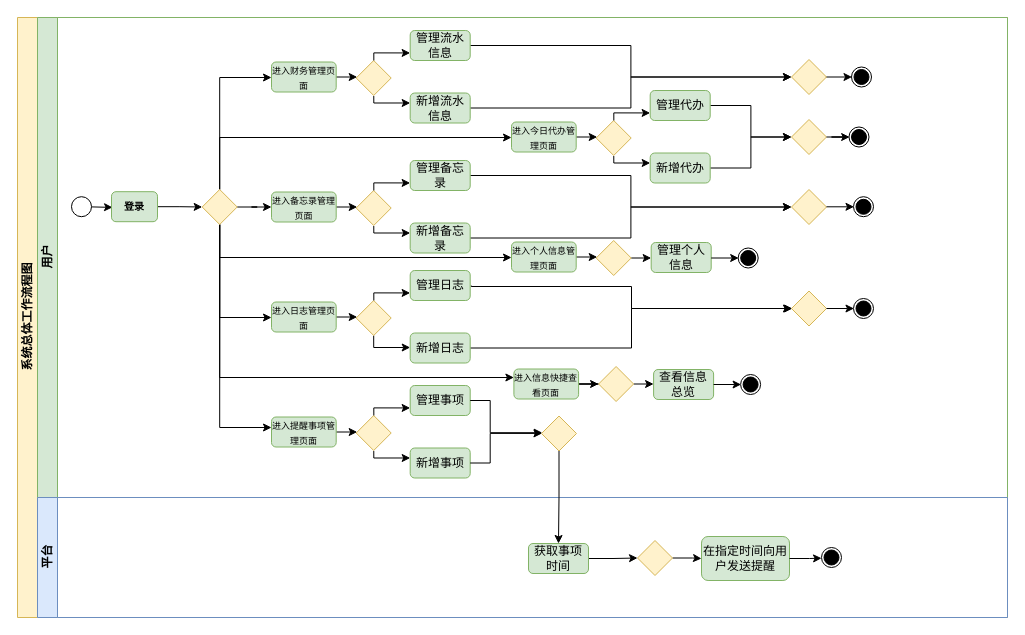
Earlier version of the draw.io diagram 工程流程图.drawio (GitHubDeadTree/Campus-ToDo). Source tidied: cells renumbered, new cells numbered last; positions are measured from the earlier drawing's top-left corner, leaving out a move shared by most shapes. Both pictures are drawn from the tidied source at 100%, with x=0, y=0 at pixel (17, 17).
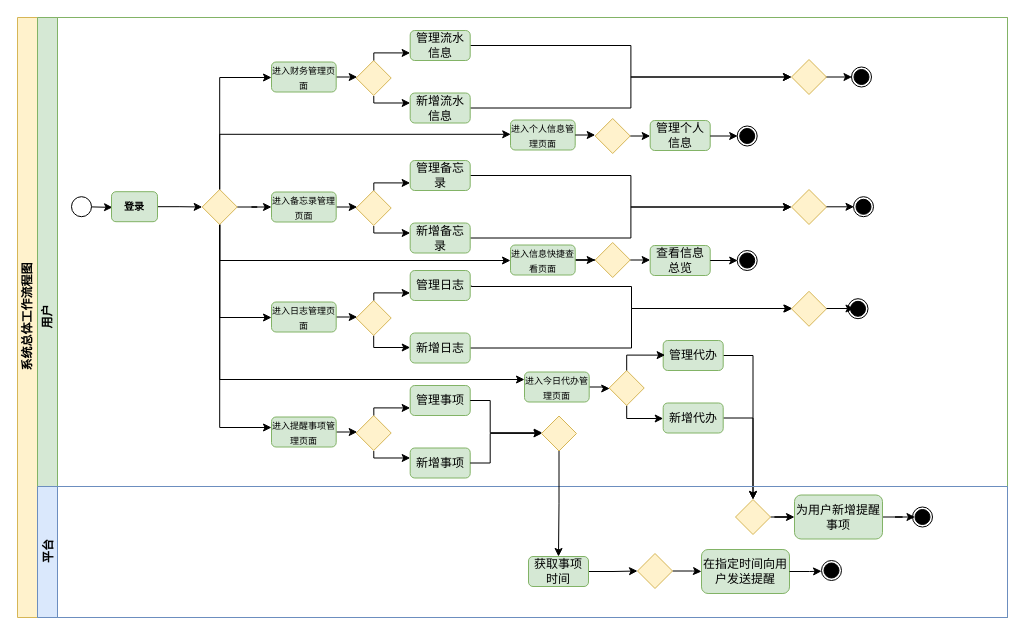
Above is the later version.

Commit message:
更新工程流程图.drawio

Unchanged cells that the change refers to:
```xml
<mxCell id="2" value="系统总体工作流程图" style="swimlane;horizontal=0;startSize=20;html=1;fillColor=#fff2cc;strokeColor=#d6b656;" parent="1" vertex="1">
  <mxGeometry width="990" height="600" as="geometry" />
</mxCell>
<mxCell id="15" style="rhombus;whiteSpace=wrap;html=1;fillColor=#fff2cc;strokeColor=#d6b656;rounded=0;strokeWidth=1;" parent="3" vertex="1">
  <mxGeometry x="164.7" y="172" width="35" height="35" as="geometry" />
</mxCell>
<mxCell id="59" style="rhombus;whiteSpace=wrap;html=1;fillColor=#fff2cc;strokeColor=#d6b656;rounded=0;strokeWidth=1;" parent="3" vertex="1">
  <mxGeometry x="504" y="398.5" width="35" height="35" as="geometry" />
</mxCell>
```

What changed in the source:
```diff
@@
     <mxCell id="3" value="用户" style="swimlane;startSize=20;horizontal=0;html=1;fillColor=#d5e8d4;strokeColor=#82b366;" parent="2" vertex="1">
-      <mxGeometry x="20" width="970" height="480" as="geometry" />
+      <mxGeometry x="20" width="970" height="600" as="geometry" />
     </mxCell>
@@
+    <mxCell id="14" style="edgeStyle=orthogonalEdgeStyle;rounded=0;jettySize=auto;html=1;" parent="3" edge="1" source="15" target="65">
+      <mxGeometry relative="1" as="geometry">
+        <Array as="points">
+          <mxPoint x="182" y="243" />
+        </Array>
+      </mxGeometry>
+    </mxCell>
     <mxCell id="12" style="edgeStyle=orthogonalEdgeStyle;rounded=0;jettySize=auto;html=1;" parent="3" edge="1" source="15" target="17">
       <mxGeometry relative="1" as="geometry">
         <Array as="points">
-          <mxPoint x="182" y="120" />
+          <mxPoint x="182" y="362" />
         </Array>
       </mxGeometry>
     </mxCell>
-    <mxCell id="13" style="edgeStyle=orthogonalEdgeStyle;rounded=0;jettySize=auto;html=1;" parent="3" edge="1" source="15" target="70">
-      <mxGeometry relative="1" as="geometry">
-        <Array as="points">
-          <mxPoint x="182" y="240" />
-        </Array>
-      </mxGeometry>
-    </mxCell>
-    <mxCell id="14" style="edgeStyle=orthogonalEdgeStyle;rounded=0;jettySize=auto;html=1;" parent="3" edge="1" source="15" target="65">
-      <mxGeometry relative="1" as="geometry">
-        <Array as="points">
-          <mxPoint x="182" y="360" />
-        </Array>
-      </mxGeometry>
-    </mxCell>
@@
     <mxCell id="16" style="edgeStyle=orthogonalEdgeStyle;rounded=0;jettySize=auto;html=1;" parent="3" edge="1" source="17" target="18">
       <mxGeometry relative="1" as="geometry">
         <Array as="points">
-          <mxPoint x="568" y="123" />
-          <mxPoint x="568" y="123" />
+          <mxPoint x="568" y="370" />
+          <mxPoint x="568" y="371" />
         </Array>
       </mxGeometry>
     </mxCell>
     <mxCell id="17" value="&lt;font style=&quot;font-size: 9px;&quot;&gt;进入今日代办管理页面&lt;/font&gt;" style="rounded=1;whiteSpace=wrap;html=1;fillColor=#d5e8d4;strokeColor=#82b366;strokeWidth=1;" parent="3" vertex="1">
-      <mxGeometry x="474" y="104.5" width="64.7" height="30" as="geometry" />
+      <mxGeometry x="487" y="354.5" width="64.7" height="30" as="geometry" />
     </mxCell>
+    <mxCell id="24" style="edgeStyle=orthogonalEdgeStyle;rounded=0;jettySize=auto;html=1;" parent="3" edge="1" source="18" target="20">
+      <mxGeometry relative="1" as="geometry">
+        <Array as="points">
+          <mxPoint x="589" y="401" />
+        </Array>
+      </mxGeometry>
+    </mxCell>
     <mxCell id="18" style="rhombus;whiteSpace=wrap;html=1;fillColor=#fff2cc;strokeColor=#d6b656;rounded=0;strokeWidth=1;" parent="3" vertex="1">
-      <mxGeometry x="558.7" y="103" width="35" height="35" as="geometry" />
+      <mxGeometry x="571.7" y="353" width="35" height="35" as="geometry" />
     </mxCell>
@@
     <mxCell id="20" value="新增代办" style="whiteSpace=wrap;html=1;fillColor=#d5e8d4;strokeColor=#82b366;rounded=1;strokeWidth=1;" parent="3" vertex="1">
-      <mxGeometry x="612.7" y="135.5" width="60" height="30" as="geometry" />
+      <mxGeometry x="625.7" y="385.5" width="60" height="30" as="geometry" />
     </mxCell>
-    <mxCell id="21" style="edgeStyle=orthogonalEdgeStyle;rounded=0;jettySize=auto;html=1;exitX=0.504;exitY=-0.001;exitDx=0;exitDy=0;exitPerimeter=0;entryX=-0.001;entryY=0.748;entryDx=0;entryDy=0;entryPerimeter=0;" parent="3" edge="1" source="18" target="23">
-      <mxGeometry relative="1" as="geometry">
-        <Array as="points">
-          <mxPoint x="576.7" y="95.5" />
-        </Array>
-      </mxGeometry>
-    </mxCell>
@@
     <mxCell id="23" value="管理代办" style="whiteSpace=wrap;html=1;fillColor=#d5e8d4;strokeColor=#82b366;rounded=1;strokeWidth=1;" parent="3" vertex="1">
-      <mxGeometry x="612.7" y="73" width="60" height="30" as="geometry" />
+      <mxGeometry x="625.7" y="323" width="60" height="30" as="geometry" />
     </mxCell>
-    <mxCell id="24" style="edgeStyle=orthogonalEdgeStyle;rounded=0;jettySize=auto;html=1;entryX=0;entryY=0.333;entryDx=0;entryDy=0;entryPerimeter=0;exitX=0.502;exitY=1.015;exitDx=0;exitDy=0;exitPerimeter=0;" parent="3" edge="1" source="18" target="20">
-      <mxGeometry relative="1" as="geometry">
-        <Array as="points">
-          <mxPoint x="576.7" y="145.5" />
-        </Array>
-      </mxGeometry>
-    </mxCell>
@@
     <mxCell id="65" value="&lt;font style=&quot;font-size: 9px;&quot;&gt;进入信息快捷查看页面&lt;/font&gt;" style="rounded=1;whiteSpace=wrap;html=1;fillColor=#d5e8d4;strokeColor=#82b366;strokeWidth=1;" parent="3" vertex="1">
-      <mxGeometry x="476.4" y="351.5" width="64.7" height="30" as="geometry" />
+      <mxGeometry x="473" y="227.5" width="64.7" height="30" as="geometry" />
     </mxCell>
@@
     <mxCell id="67" style="rhombus;whiteSpace=wrap;html=1;fillColor=#fff2cc;strokeColor=#d6b656;rounded=0;strokeWidth=1;" parent="3" vertex="1">
-      <mxGeometry x="561.1" y="349" width="35" height="35" as="geometry" />
+      <mxGeometry x="557.7" y="225" width="35" height="35" as="geometry" />
     </mxCell>
     <mxCell id="68" value="查看信息总览" style="whiteSpace=wrap;html=1;fillColor=#d5e8d4;strokeColor=#82b366;rounded=1;strokeWidth=1;" parent="3" vertex="1">
-      <mxGeometry x="616.1" y="352" width="60" height="30" as="geometry" />
+      <mxGeometry x="612.7" y="228" width="60" height="30" as="geometry" />
     </mxCell>
-    <mxCell id="69" style="edgeStyle=orthogonalEdgeStyle;rounded=0;jettySize=auto;html=1;" parent="3" edge="1" source="70" target="72">
-      <mxGeometry relative="1" as="geometry">
-        <Array as="points">
-          <mxPoint x="568" y="243" />
-          <mxPoint x="568" y="243" />
-        </Array>
-      </mxGeometry>
-    </mxCell>
     <mxCell id="70" value="&lt;font style=&quot;font-size: 9px;&quot;&gt;进入个人信息管理页面&lt;/font&gt;" style="rounded=1;whiteSpace=wrap;html=1;fillColor=#d5e8d4;strokeColor=#82b366;strokeWidth=1;" parent="3" vertex="1">
-      <mxGeometry x="474" y="224.5" width="64.7" height="30" as="geometry" />
+      <mxGeometry x="473" y="102.5" width="64.7" height="30" as="geometry" />
     </mxCell>
@@
     <mxCell id="72" style="rhombus;whiteSpace=wrap;html=1;fillColor=#fff2cc;strokeColor=#d6b656;rounded=0;strokeWidth=1;" parent="3" vertex="1">
-      <mxGeometry x="558.7" y="223" width="35" height="35" as="geometry" />
+      <mxGeometry x="557.7" y="101" width="35" height="35" as="geometry" />
     </mxCell>
     <mxCell id="73" value="管理个人信息" style="whiteSpace=wrap;html=1;fillColor=#d5e8d4;strokeColor=#82b366;rounded=1;strokeWidth=1;" parent="3" vertex="1">
-      <mxGeometry x="613.7" y="225" width="60" height="30" as="geometry" />
+      <mxGeometry x="612.7" y="103" width="60" height="30" as="geometry" />
     </mxCell>
@@
-    <mxCell id="76" style="rhombus;whiteSpace=wrap;html=1;fillColor=#fff2cc;strokeColor=#d6b656;rounded=0;strokeWidth=1;" parent="3" vertex="1">
-      <mxGeometry x="754" y="102" width="35" height="35" as="geometry" />
-    </mxCell>
@@
     <mxCell id="78" style="rhombus;whiteSpace=wrap;html=1;fillColor=#fff2cc;strokeColor=#d6b656;rounded=0;strokeWidth=1;" parent="3" vertex="1">
-      <mxGeometry x="754" y="273.5" width="35" height="35" as="geometry" />
+      <mxGeometry x="754" y="273.8" width="35" height="35" as="geometry" />
     </mxCell>
     <mxCell id="79" style="ellipse;whiteSpace=wrap;html=1;" parent="3" vertex="1">
-      <mxGeometry x="811.5" y="109.5" width="20" height="20" as="geometry" />
+      <mxGeometry x="810.5" y="281.2" width="20" height="20" as="geometry" />
     </mxCell>
     <mxCell id="80" style="ellipse;whiteSpace=wrap;html=1;fillColor=#000000;" parent="3" vertex="1">
-      <mxGeometry x="814" y="112" width="15" height="15" as="geometry" />
+      <mxGeometry x="813" y="283.8" width="15" height="15" as="geometry" />
     </mxCell>
-    <mxCell id="81" style="edgeStyle=orthogonalEdgeStyle;rounded=0;jettySize=auto;html=1;entryX=-0.122;entryY=0.503;entryDx=0;entryDy=0;entryPerimeter=0;" parent="3" edge="1" source="76" target="80">
-      <mxGeometry relative="1" as="geometry" />
-    </mxCell>
@@
-    <mxCell id="85" style="ellipse;whiteSpace=wrap;html=1;" parent="3" vertex="1">
-      <mxGeometry x="816" y="281" width="20" height="20" as="geometry" />
-    </mxCell>
-    <mxCell id="86" style="ellipse;whiteSpace=wrap;html=1;fillColor=#000000;" parent="3" vertex="1">
-      <mxGeometry x="818.5" y="283.5" width="15" height="15" as="geometry" />
-    </mxCell>
@@
     <mxCell id="88" style="ellipse;whiteSpace=wrap;html=1;" parent="3" vertex="1">
-      <mxGeometry x="700.7" y="230.5" width="20" height="20" as="geometry" />
+      <mxGeometry x="699.7" y="108.5" width="20" height="20" as="geometry" />
     </mxCell>
     <mxCell id="89" style="ellipse;whiteSpace=wrap;html=1;fillColor=#000000;" parent="3" vertex="1">
-      <mxGeometry x="703.2" y="233" width="15" height="15" as="geometry" />
+      <mxGeometry x="702.2" y="111" width="15" height="15" as="geometry" />
     </mxCell>
     <mxCell id="90" style="edgeStyle=orthogonalEdgeStyle;rounded=0;orthogonalLoop=1;jettySize=auto;html=1;" parent="3" edge="1">
       <mxGeometry relative="1" as="geometry">
-        <mxPoint x="673.7" y="240.5" as="sourcePoint" />
-        <mxPoint x="701.2" y="240.5" as="targetPoint" />
+        <mxPoint x="672.7" y="118.5" as="sourcePoint" />
+        <mxPoint x="700.2" y="118.5" as="targetPoint" />
       </mxGeometry>
     </mxCell>
     <mxCell id="91" style="ellipse;whiteSpace=wrap;html=1;" parent="3" vertex="1">
-      <mxGeometry x="703.1" y="357" width="20" height="20" as="geometry" />
+      <mxGeometry x="699.7" y="233" width="20" height="20" as="geometry" />
     </mxCell>
     <mxCell id="92" style="ellipse;whiteSpace=wrap;html=1;fillColor=#000000;" parent="3" vertex="1">
-      <mxGeometry x="705.6" y="359.5" width="15" height="15" as="geometry" />
+      <mxGeometry x="702.2" y="235.5" width="15" height="15" as="geometry" />
     </mxCell>
     <mxCell id="93" style="edgeStyle=orthogonalEdgeStyle;rounded=0;orthogonalLoop=1;jettySize=auto;html=1;" parent="3" edge="1">
       <mxGeometry relative="1" as="geometry">
-        <mxPoint x="676.1" y="367" as="sourcePoint" />
-        <mxPoint x="703.6" y="367" as="targetPoint" />
+        <mxPoint x="672.7" y="243" as="sourcePoint" />
+        <mxPoint x="700.2" y="243" as="targetPoint" />
       </mxGeometry>
     </mxCell>
-    <mxCell id="94" value="平台" style="swimlane;startSize=20;horizontal=0;html=1;fillColor=#dae8fc;strokeColor=#6c8ebf;" parent="2" vertex="1">
-      <mxGeometry x="20" y="480" width="970" height="120" as="geometry" />
+    <mxCell id="94" value="平台" style="swimlane;startSize=20;horizontal=0;html=1;fillColor=#dae8fc;strokeColor=#6c8ebf;" parent="3" vertex="1">
+      <mxGeometry y="469" width="970" height="131" as="geometry" />
     </mxCell>
@@
     <mxCell id="96" value="获取事项时间" style="whiteSpace=wrap;html=1;fillColor=#d5e8d4;strokeColor=#82b366;rounded=1;strokeWidth=1;" parent="94" vertex="1">
-      <mxGeometry x="491" y="46" width="60" height="30" as="geometry" />
+      <mxGeometry x="491" y="70" width="60" height="30" as="geometry" />
     </mxCell>
@@
     <mxCell id="98" style="rhombus;whiteSpace=wrap;html=1;fillColor=#fff2cc;strokeColor=#d6b656;rounded=0;strokeWidth=1;" parent="94" vertex="1">
-      <mxGeometry x="600" y="43" width="35" height="35" as="geometry" />
+      <mxGeometry x="600" y="67" width="35" height="35" as="geometry" />
     </mxCell>
     <mxCell id="99" value="在指定时间向用户发送提醒" style="whiteSpace=wrap;html=1;fillColor=#d5e8d4;strokeColor=#82b366;rounded=1;strokeWidth=1;" parent="94" vertex="1">
-      <mxGeometry x="664" y="39" width="88" height="44" as="geometry" />
+      <mxGeometry x="664" y="63" width="88" height="44" as="geometry" />
     </mxCell>
     <mxCell id="100" style="ellipse;whiteSpace=wrap;html=1;" parent="94" vertex="1">
-      <mxGeometry x="784" y="50" width="20" height="20" as="geometry" />
+      <mxGeometry x="784" y="74" width="20" height="20" as="geometry" />
     </mxCell>
     <mxCell id="101" style="ellipse;whiteSpace=wrap;html=1;fillColor=#000000;" parent="94" vertex="1">
-      <mxGeometry x="786.5" y="52.5" width="15" height="15" as="geometry" />
+      <mxGeometry x="786.5" y="76.5" width="15" height="15" as="geometry" />
     </mxCell>
@@
+    <mxCell id="104" style="edgeStyle=orthogonalEdgeStyle;rounded=0;jettySize=auto;html=1;" parent="94" edge="1" source="76" target="106">
+      <mxGeometry relative="1" as="geometry" />
+    </mxCell>
+    <mxCell id="76" style="rhombus;whiteSpace=wrap;html=1;fillColor=#fff2cc;strokeColor=#d6b656;rounded=0;strokeWidth=1;" parent="94" vertex="1">
+      <mxGeometry x="698" y="13" width="35" height="35" as="geometry" />
+    </mxCell>
+    <mxCell id="85" style="ellipse;whiteSpace=wrap;html=1;" parent="94" vertex="1">
+      <mxGeometry x="875" y="20.5" width="20" height="20" as="geometry" />
+    </mxCell>
+    <mxCell id="86" style="ellipse;whiteSpace=wrap;html=1;fillColor=#000000;" parent="94" vertex="1">
+      <mxGeometry x="877.5" y="23" width="15" height="15" as="geometry" />
+    </mxCell>
+    <mxCell id="105" style="edgeStyle=orthogonalEdgeStyle;rounded=0;jettySize=auto;html=1;" parent="94" edge="1" source="106" target="86">
+      <mxGeometry relative="1" as="geometry" />
+    </mxCell>
+    <mxCell id="106" value="为用户新增提醒事项" style="whiteSpace=wrap;html=1;fillColor=#d5e8d4;strokeColor=#82b366;rounded=1;strokeWidth=1;" parent="94" vertex="1">
+      <mxGeometry x="757" y="8.5" width="88" height="44" as="geometry" />
+    </mxCell>
-    <mxCell id="103" style="edgeStyle=orthogonalEdgeStyle;rounded=0;jettySize=auto;html=1;" parent="2" edge="1" source="59" target="96">
+    <mxCell id="103" style="edgeStyle=orthogonalEdgeStyle;rounded=0;jettySize=auto;html=1;" parent="3" edge="1" source="59" target="96">
       <mxGeometry relative="1" as="geometry" />
     </mxCell>
+    <mxCell id="13" style="edgeStyle=orthogonalEdgeStyle;rounded=0;jettySize=auto;html=1;entryX=0.003;entryY=0.477;entryDx=0;entryDy=0;entryPerimeter=0;" parent="3" edge="1" source="15" target="70">
+      <mxGeometry relative="1" as="geometry">
+        <Array as="points">
+          <mxPoint x="182" y="117" />
+        </Array>
+      </mxGeometry>
+    </mxCell>
+    <mxCell id="69" style="edgeStyle=orthogonalEdgeStyle;rounded=0;jettySize=auto;html=1;entryX=-0.019;entryY=0.475;entryDx=0;entryDy=0;entryPerimeter=0;" parent="3" edge="1" source="70" target="72">
+      <mxGeometry relative="1" as="geometry" />
+    </mxCell>
+    <mxCell id="21" style="edgeStyle=orthogonalEdgeStyle;rounded=0;jettySize=auto;html=1;entryX=0.032;entryY=0.487;entryDx=0;entryDy=0;entryPerimeter=0;" parent="3" edge="1" source="18" target="23">
+      <mxGeometry relative="1" as="geometry">
+        <Array as="points">
+          <mxPoint x="589" y="338" />
+          <mxPoint x="627" y="338" />
+        </Array>
+      </mxGeometry>
+    </mxCell>
```
